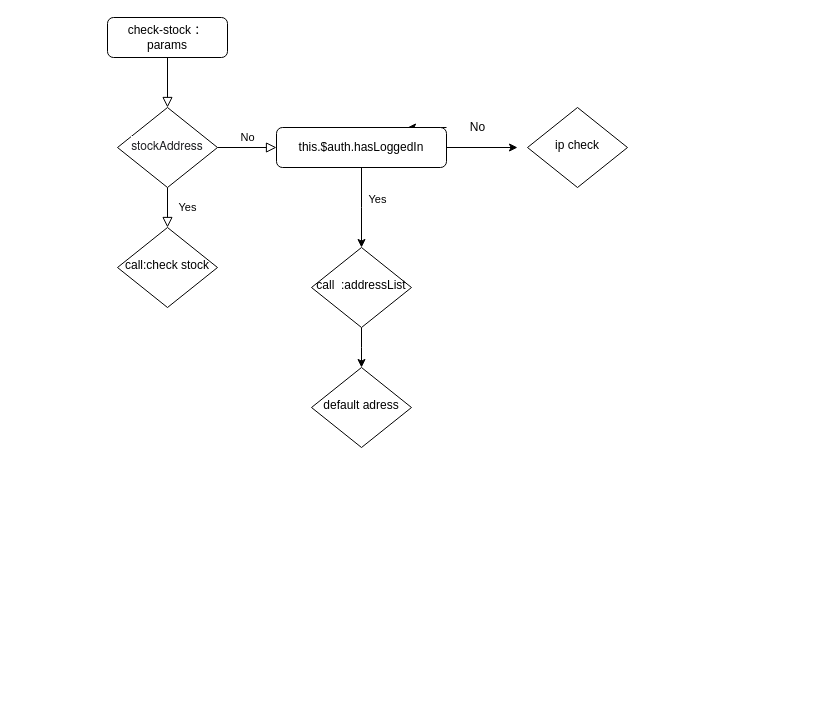
yifoo/Sidea keeps this draw.io diagram as 设计/Untitled Diagram.drawio. Above is the earlier version. Source tidied: cells renumbered, new cells numbered last; positions are measured from the earlier drawing's top-left corner, leaving out a move shared by most shapes. Both pictures are drawn from the tidied source at 100%, with x=0, y=0 at pixel (107, 17).
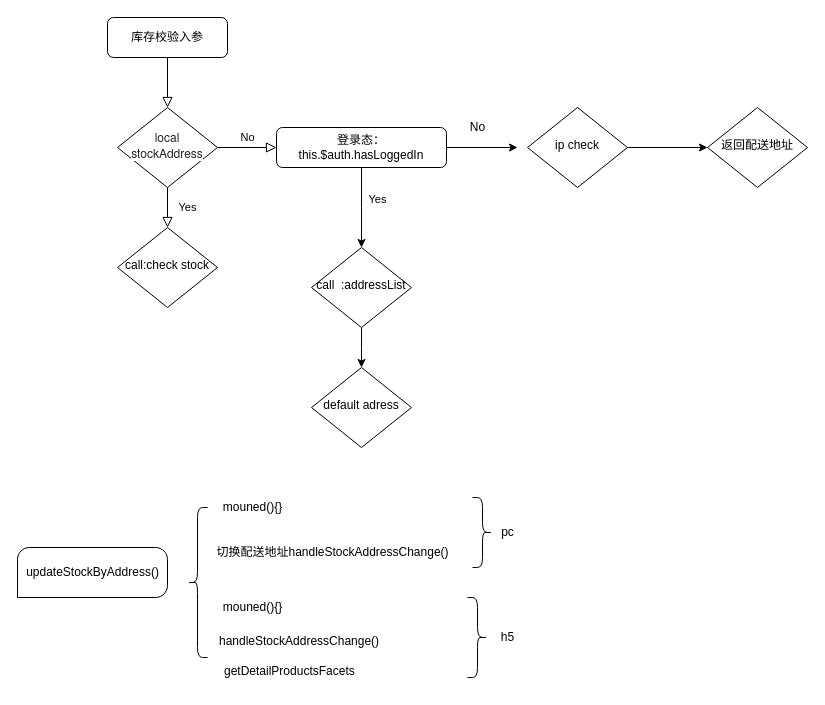
Above is the later version.

Unchanged cells that the change refers to:
```xml
<mxCell id="17" value="ip check" style="rhombus;whiteSpace=wrap;html=1;shadow=0;fontFamily=Helvetica;fontSize=12;align=center;strokeWidth=1;spacing=6;spacingTop=-4;" parent="1" vertex="1">
  <mxGeometry x="420" y="90" width="100" height="80" as="geometry" />
</mxCell>
```

The edit, as a diff of the source:
```diff
@@
-    <mxCell id="3" value="check-stock ：params" style="rounded=1;whiteSpace=wrap;html=1;fontSize=12;glass=0;strokeWidth=1;shadow=0;" parent="1" vertex="1">
+    <mxCell id="3" value="库存校验入参" style="rounded=1;whiteSpace=wrap;html=1;fontSize=12;glass=0;strokeWidth=1;shadow=0;" parent="1" vertex="1">
       <mxGeometry width="120" height="40" as="geometry" />
     </mxCell>
@@
-    <mxCell id="6" value="&lt;span style=&quot;color: rgb(32 , 33 , 36) ; font-family: &amp;#34;.sfnsdisplay-regular&amp;#34; , &amp;#34;helvetica neue&amp;#34; , &amp;#34;lucida grande&amp;#34; , sans-serif ; background-color: rgb(255 , 255 , 255)&quot;&gt;stockAddress&lt;/span&gt;" style="rhombus;whiteSpace=wrap;html=1;shadow=0;fontFamily=Helvetica;fontSize=12;align=center;strokeWidth=1;spacing=6;spacingTop=-4;" parent="1" vertex="1">
+    <mxCell id="6" value="&lt;span style=&quot;color: rgb(32 , 33 , 36) ; font-family: &amp;#34;.sfnsdisplay-regular&amp;#34; , &amp;#34;helvetica neue&amp;#34; , &amp;#34;lucida grande&amp;#34; , sans-serif ; background-color: rgb(255 , 255 , 255)&quot;&gt;local stockAddress&lt;/span&gt;" style="rhombus;whiteSpace=wrap;html=1;shadow=0;fontFamily=Helvetica;fontSize=12;align=center;strokeWidth=1;spacing=6;spacingTop=-4;" parent="1" vertex="1">
       <mxGeometry x="10" y="90" width="100" height="80" as="geometry" />
     </mxCell>
-    <mxCell id="7" style="edgeStyle=orthogonalEdgeStyle;rounded=0;jettySize=auto;html=1;exitX=1;exitY=0;exitDx=0;exitDy=0;" parent="1" edge="1" source="11">
-      <mxGeometry relative="1" as="geometry">
-        <mxPoint x="300" y="110" as="targetPoint" />
-      </mxGeometry>
-    </mxCell>
@@
-    <mxCell id="11" value="this.$auth.hasLoggedIn" style="rounded=1;whiteSpace=wrap;html=1;fontSize=12;glass=0;strokeWidth=1;shadow=0;" parent="1" vertex="1">
+    <mxCell id="11" value="登录态：this.$auth.hasLoggedIn" style="rounded=1;whiteSpace=wrap;html=1;fontSize=12;glass=0;strokeWidth=1;shadow=0;" parent="1" vertex="1">
       <mxGeometry x="169" y="110" width="170" height="40" as="geometry" />
     </mxCell>
@@
+    <mxCell id="18" style="edgeStyle=orthogonalEdgeStyle;rounded=0;jettySize=auto;html=1;" parent="1" edge="1" source="17" target="19">
+      <mxGeometry relative="1" as="geometry" />
+    </mxCell>
@@
+    <mxCell id="19" value="返回配送地址" style="rhombus;whiteSpace=wrap;html=1;shadow=0;fontFamily=Helvetica;fontSize=12;align=center;strokeWidth=1;spacing=6;spacingTop=-4;" parent="1" vertex="1">
+      <mxGeometry x="600" y="90" width="100" height="80" as="geometry" />
+    </mxCell>
+    <mxCell id="20" style="verticalLabelPosition=bottom;verticalAlign=top;html=1;shape=mxgraph.basic.three_corner_round_rect;dx=6;" parent="1" vertex="1">
+      <mxGeometry x="-90" y="530" width="150" height="50" as="geometry" />
+    </mxCell>
+    <mxCell id="21" style="shape=curlyBracket;whiteSpace=wrap;html=1;rounded=1;" parent="1" vertex="1">
+      <mxGeometry x="80" y="490" width="20" height="150" as="geometry" />
+    </mxCell>
+    <mxCell id="22" value="updateStockByAddress()" style="text;html=1;align=center;verticalAlign=middle;strokeColor=none;fillColor=none;" parent="1" vertex="1">
+      <mxGeometry x="-90" y="545" width="150" height="20" as="geometry" />
+    </mxCell>
+    <mxCell id="23" value="mouned(){}" style="text;html=1;align=center;verticalAlign=middle;strokeColor=none;fillColor=none;" parent="1" vertex="1">
+      <mxGeometry x="110" y="480" width="70" height="20" as="geometry" />
+    </mxCell>
+    <mxCell id="24" value="切换配送地址handleStockAddressChange()" style="text;html=1;align=center;verticalAlign=middle;strokeColor=none;fillColor=none;" parent="1" vertex="1">
+      <mxGeometry x="100" y="525" width="250" height="20" as="geometry" />
+    </mxCell>
+    <mxCell id="25" style="shape=curlyBracket;whiteSpace=wrap;html=1;rounded=1;flipH=1;" parent="1" vertex="1">
+      <mxGeometry x="365" y="480" width="20" height="70" as="geometry" />
+    </mxCell>
+    <mxCell id="26" value="pc" style="text;html=1;align=center;verticalAlign=middle;strokeColor=none;fillColor=none;" parent="1" vertex="1">
+      <mxGeometry x="385" y="505" width="30" height="20" as="geometry" />
+    </mxCell>
+    <mxCell id="27" value="mouned(){}" style="text;html=1;align=center;verticalAlign=middle;strokeColor=none;fillColor=none;" parent="1" vertex="1">
+      <mxGeometry x="110" y="580" width="70" height="20" as="geometry" />
+    </mxCell>
+    <mxCell id="28" value="&lt;span style=&quot;text-align: center&quot;&gt;handleStockAddressChange()&lt;/span&gt;" style="text;whiteSpace=wrap;html=1;" parent="1" vertex="1">
+      <mxGeometry x="110" y="610" width="80" height="30" as="geometry" />
+    </mxCell>
+    <mxCell id="29" value="getDetailProductsFacets" style="text;whiteSpace=wrap;html=1;" parent="1" vertex="1">
+      <mxGeometry x="115" y="640" width="80" height="30" as="geometry" />
+    </mxCell>
+    <mxCell id="30" style="shape=curlyBracket;whiteSpace=wrap;html=1;rounded=1;flipH=1;size=0.5;" parent="1" vertex="1">
+      <mxGeometry x="360" y="580" width="20" height="80" as="geometry" />
+    </mxCell>
+    <mxCell id="31" value="h5" style="text;html=1;align=center;verticalAlign=middle;strokeColor=none;fillColor=none;" parent="1" vertex="1">
+      <mxGeometry x="385" y="610" width="30" height="20" as="geometry" />
+    </mxCell>
```
